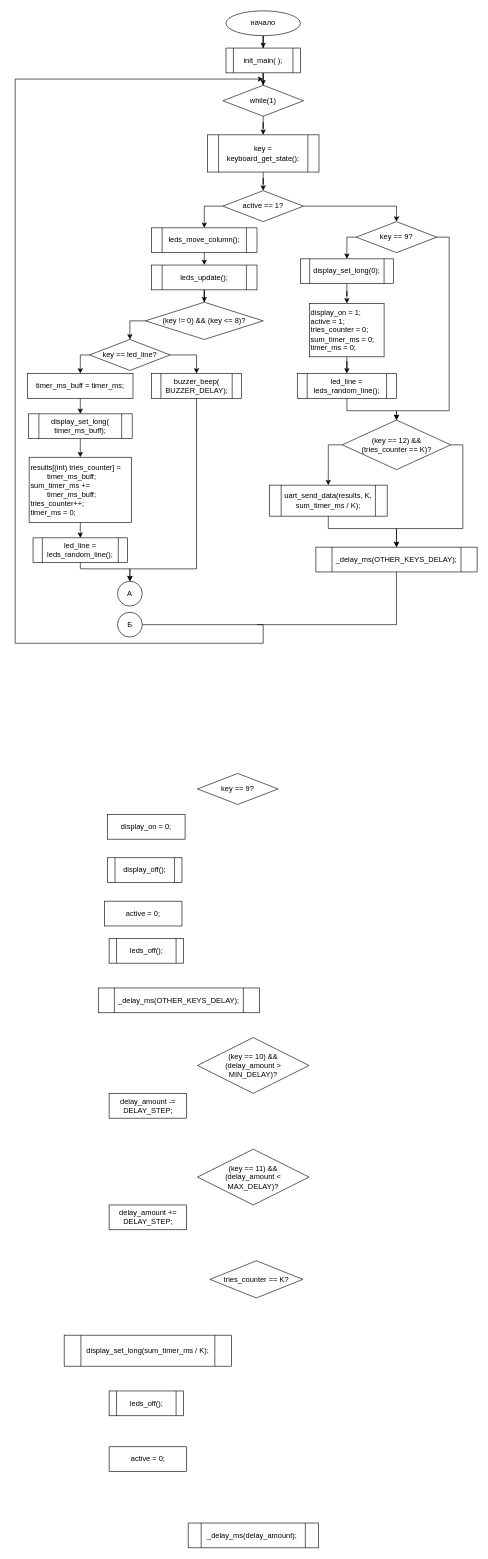
Before: page "Страница 3" (3 of 3) of mk_course_work/RPZ/additional_diagrams.drawio in Trickster2038/BmstuDocs7, a draw.io diagram. Source tidied: cells renumbered, new cells numbered last; positions are measured from the earlier drawing's top-left corner, leaving out a move shared by most shapes. Both pictures are drawn from the tidied source at 62%, with x=0, y=0 at pixel (15, 11).
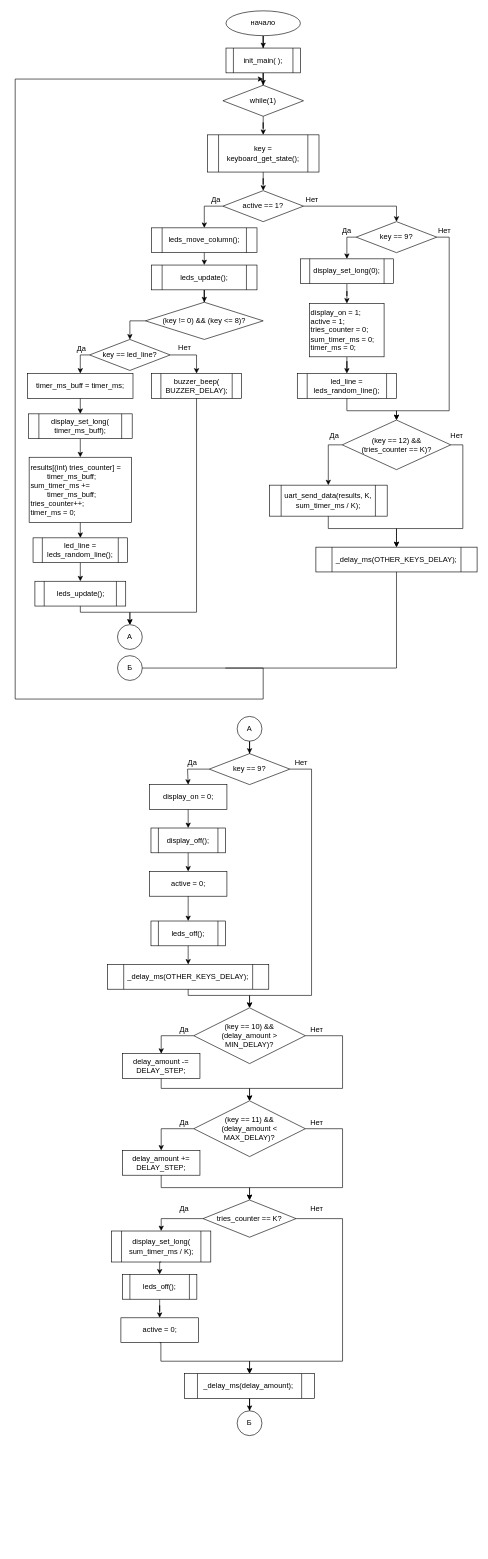
The same diagram, later.

The change refers to these unchanged cells:
```xml
<mxCell id="22" value="led_line = &lt;br&gt;&lt;span class=&quot;pl-c1&quot;&gt;leds_random_line&lt;/span&gt;();" style="shape=process;whiteSpace=wrap;html=1;backgroundOutline=1;" parent="1" vertex="1">
  <mxGeometry x="28.8" y="850" width="152.5" height="40" as="geometry" />
</mxCell>
<mxCell id="23" value="&lt;span class=&quot;pl-c1&quot;&gt;buzzer_beep&lt;/span&gt;(&lt;br&gt;BUZZER_DELAY);" style="shape=process;whiteSpace=wrap;html=1;backgroundOutline=1;" parent="1" vertex="1">
  <mxGeometry x="220" y="585" width="145" height="40" as="geometry" />
</mxCell>
<mxCell id="47" value="&lt;span class=&quot;pl-c1&quot;&gt;_delay_ms&lt;/span&gt;(OTHER_KEYS_DELAY);" style="shape=process;whiteSpace=wrap;html=1;backgroundOutline=1;" parent="1" vertex="1">
  <mxGeometry x="485" y="865" width="260" height="40" as="geometry" />
</mxCell>
```

Change to the diagram source:
```diff
@@
     <mxCell id="24" value="key == &lt;span class=&quot;pl-c1&quot;&gt;9?&lt;/span&gt;" style="rhombus;whiteSpace=wrap;html=1;" parent="1" vertex="1">
-      <mxGeometry x="294" y="1230" width="130" height="50" as="geometry" />
+      <mxGeometry x="313" y="1198" width="130" height="50" as="geometry" />
     </mxCell>
     <mxCell id="25" value="display_on = &lt;span class=&quot;pl-c1&quot;&gt;0&lt;/span&gt;;" style="rounded=0;whiteSpace=wrap;html=1;" parent="1" vertex="1">
-      <mxGeometry x="149" y="1296" width="125" height="40" as="geometry" />
+      <mxGeometry x="216.5" y="1248" width="125" height="40" as="geometry" />
     </mxCell>
     <mxCell id="26" value="&lt;span class=&quot;pl-c1&quot;&gt;display_off&lt;/span&gt;();" style="shape=process;whiteSpace=wrap;html=1;backgroundOutline=1;" parent="1" vertex="1">
-      <mxGeometry x="149" y="1366" width="120" height="40" as="geometry" />
+      <mxGeometry x="219" y="1318" width="120" height="40" as="geometry" />
     </mxCell>
     <mxCell id="27" value="active = &lt;span class=&quot;pl-c1&quot;&gt;0&lt;/span&gt;;" style="rounded=0;whiteSpace=wrap;html=1;" parent="1" vertex="1">
-      <mxGeometry x="144" y="1436" width="125" height="40" as="geometry" />
+      <mxGeometry x="216.5" y="1388" width="125" height="40" as="geometry" />
     </mxCell>
     <mxCell id="28" value="&lt;span class=&quot;pl-c1&quot;&gt;leds_off&lt;/span&gt;();" style="shape=process;whiteSpace=wrap;html=1;backgroundOutline=1;" parent="1" vertex="1">
-      <mxGeometry x="151.5" y="1496" width="120" height="40" as="geometry" />
+      <mxGeometry x="219" y="1468" width="120" height="40" as="geometry" />
     </mxCell>
     <mxCell id="29" value="&lt;span class=&quot;pl-c1&quot;&gt;_delay_ms&lt;/span&gt;(OTHER_KEYS_DELAY);" style="shape=process;whiteSpace=wrap;html=1;backgroundOutline=1;" parent="1" vertex="1">
-      <mxGeometry x="134" y="1576" width="260" height="40" as="geometry" />
+      <mxGeometry x="149" y="1538" width="260" height="40" as="geometry" />
     </mxCell>
     <mxCell id="30" value="(key == &lt;span class=&quot;pl-c1&quot;&gt;10&lt;/span&gt;) &amp;amp;&amp;amp; &lt;br&gt;(delay_amount &amp;gt; &lt;br&gt;MIN_DELAY)?" style="rhombus;whiteSpace=wrap;html=1;" parent="1" vertex="1">
-      <mxGeometry x="294" y="1656" width="180" height="90" as="geometry" />
+      <mxGeometry x="288" y="1608" width="180" height="90" as="geometry" />
     </mxCell>
     <mxCell id="31" value="delay_amount -= DELAY_STEP;" style="rounded=0;whiteSpace=wrap;html=1;" parent="1" vertex="1">
-      <mxGeometry x="151.5" y="1746" width="125" height="40" as="geometry" />
+      <mxGeometry x="173" y="1682" width="125" height="40" as="geometry" />
     </mxCell>
     <mxCell id="32" value="(key == &lt;span class=&quot;pl-c1&quot;&gt;11&lt;/span&gt;) &amp;amp;&amp;amp; &lt;br&gt;(delay_amount &amp;lt;&lt;br&gt;MAX_DELAY)?" style="rhombus;whiteSpace=wrap;html=1;" parent="1" vertex="1">
-      <mxGeometry x="294" y="1836" width="180" height="90" as="geometry" />
+      <mxGeometry x="288" y="1758" width="180" height="90" as="geometry" />
     </mxCell>
     <mxCell id="33" value="delay_amount += DELAY_STEP;" style="rounded=0;whiteSpace=wrap;html=1;" parent="1" vertex="1">
-      <mxGeometry x="151.5" y="1926" width="125" height="40" as="geometry" />
+      <mxGeometry x="173" y="1838" width="125" height="40" as="geometry" />
     </mxCell>
     <mxCell id="34" value="tries_counter == K?" style="rhombus;whiteSpace=wrap;html=1;" parent="1" vertex="1">
-      <mxGeometry x="314" y="2016" width="150" height="60" as="geometry" />
+      <mxGeometry x="303" y="1918" width="150" height="60" as="geometry" />
     </mxCell>
-    <mxCell id="35" value="&lt;span class=&quot;pl-c1&quot;&gt;display_set_long&lt;/span&gt;(sum_timer_ms / K);" style="shape=process;whiteSpace=wrap;html=1;backgroundOutline=1;" parent="1" vertex="1">
-      <mxGeometry x="79" y="2136" width="270" height="50" as="geometry" />
+    <mxCell id="35" value="&lt;span class=&quot;pl-c1&quot;&gt;display_set_long&lt;/span&gt;(&lt;br&gt;sum_timer_ms / K);" style="shape=process;whiteSpace=wrap;html=1;backgroundOutline=1;" parent="1" vertex="1">
+      <mxGeometry x="155.5" y="1968" width="160" height="50" as="geometry" />
     </mxCell>
+    <mxCell id="66" style="edgeStyle=orthogonalEdgeStyle;rounded=0;jettySize=auto;html=1;" parent="1" edge="1" source="36" target="37">
+      <mxGeometry relative="1" as="geometry" />
+    </mxCell>
     <mxCell id="36" value="&lt;span class=&quot;pl-c1&quot;&gt;leds_off&lt;/span&gt;();" style="shape=process;whiteSpace=wrap;html=1;backgroundOutline=1;" parent="1" vertex="1">
-      <mxGeometry x="151.5" y="2226" width="120" height="40" as="geometry" />
+      <mxGeometry x="173" y="2038" width="120" height="40" as="geometry" />
     </mxCell>
     <mxCell id="37" value="active = &lt;span class=&quot;pl-c1&quot;&gt;0&lt;/span&gt;;" style="rounded=0;whiteSpace=wrap;html=1;" parent="1" vertex="1">
-      <mxGeometry x="151.5" y="2316" width="125" height="40" as="geometry" />
+      <mxGeometry x="170.5" y="2108" width="125" height="40" as="geometry" />
     </mxCell>
+    <mxCell id="67" style="edgeStyle=orthogonalEdgeStyle;rounded=0;jettySize=auto;html=1;" parent="1" edge="1" source="38" target="83">
+      <mxGeometry relative="1" as="geometry" />
+    </mxCell>
     <mxCell id="38" value="&lt;span class=&quot;pl-c1&quot;&gt;_delay_ms&lt;/span&gt;(delay_amount);&amp;nbsp;" style="shape=process;whiteSpace=wrap;html=1;backgroundOutline=1;" parent="1" vertex="1">
-      <mxGeometry x="279" y="2439" width="210" height="40" as="geometry" />
+      <mxGeometry x="273" y="2198" width="210" height="40" as="geometry" />
     </mxCell>
@@
     <mxCell id="53" value="А" style="ellipse;whiteSpace=wrap;html=1;" parent="1" vertex="1">
-      <mxGeometry x="165" y="920" width="40" height="40" as="geometry" />
+      <mxGeometry x="165" y="990" width="40" height="40" as="geometry" />
     </mxCell>
     <mxCell id="54" value="Б" style="ellipse;whiteSpace=wrap;html=1;" parent="1" vertex="1">
-      <mxGeometry x="165" y="970" width="40" height="40" as="geometry" />
+      <mxGeometry x="165" y="1040" width="40" height="40" as="geometry" />
     </mxCell>
     <mxCell id="55" style="endArrow=classic;html=1;rounded=0;entryX=0.5;entryY=0;entryDx=0;entryDy=0;exitX=0.5;exitY=1;exitDx=0;exitDy=0;edgeStyle=orthogonalEdgeStyle;" parent="1" edge="1" source="23" target="53">
       <mxGeometry relative="1" as="geometry">
         <Array as="points">
-          <mxPoint x="293" y="900" />
-          <mxPoint x="185" y="900" />
+          <mxPoint x="293" y="970" />
+          <mxPoint x="185" y="970" />
         </Array>
       </mxGeometry>
     </mxCell>
-    <mxCell id="56" style="endArrow=classic;html=1;rounded=0;entryX=0.5;entryY=0;entryDx=0;entryDy=0;exitX=0.5;exitY=1;exitDx=0;exitDy=0;edgeStyle=orthogonalEdgeStyle;" parent="1" edge="1" source="22" target="53">
+    <mxCell id="56" style="endArrow=classic;html=1;rounded=0;entryX=0.5;entryY=0;entryDx=0;entryDy=0;exitX=0.5;exitY=1;exitDx=0;exitDy=0;edgeStyle=orthogonalEdgeStyle;" parent="1" edge="1" source="104" target="53">
       <mxGeometry relative="1" as="geometry">
         <Array as="points">
-          <mxPoint x="105" y="900" />
-          <mxPoint x="185" y="900" />
+          <mxPoint x="105" y="970" />
+          <mxPoint x="185" y="970" />
         </Array>
       </mxGeometry>
     </mxCell>
     <mxCell id="57" style="edgeStyle=orthogonalEdgeStyle;rounded=0;jettySize=auto;html=1;exitX=1;exitY=0.5;exitDx=0;exitDy=0;" parent="1" edge="1" source="54">
       <mxGeometry relative="1" as="geometry">
         <mxPoint x="400" y="110" as="targetPoint" />
         <Array as="points">
-          <mxPoint x="400" y="990" />
-          <mxPoint x="400" y="1020" />
-          <mxPoint y="1020" />
+          <mxPoint x="400" y="1060" />
+          <mxPoint x="400" y="1110" />
+          <mxPoint y="1110" />
           <mxPoint y="110" />
         </Array>
       </mxGeometry>
     </mxCell>
@@
     <mxCell id="65" style="endArrow=none;html=1;rounded=0;edgeStyle=orthogonalEdgeStyle;entryX=0.5;entryY=1;entryDx=0;entryDy=0;" parent="1" edge="1" target="47">
       <mxGeometry relative="1" as="geometry">
-        <mxPoint x="390" y="990" as="sourcePoint" />
+        <mxPoint x="339" y="1060" as="sourcePoint" />
         <Array as="points">
-          <mxPoint x="400" y="990" />
-          <mxPoint x="615" y="990" />
+          <mxPoint x="359" y="1060" />
+          <mxPoint x="615" y="1060" />
         </Array>
       </mxGeometry>
     </mxCell>
+    <mxCell id="68" style="edgeStyle=orthogonalEdgeStyle;rounded=0;jettySize=auto;html=1;entryX=0.5;entryY=0;entryDx=0;entryDy=0;exitX=0;exitY=0.5;exitDx=0;exitDy=0;" parent="1" edge="1" source="24" target="25">
+      <mxGeometry relative="1" as="geometry">
+        <Array as="points">
+          <mxPoint x="278" y="1223" />
+          <mxPoint x="278" y="1248" />
+        </Array>
+      </mxGeometry>
+    </mxCell>
+    <mxCell id="69" style="edgeStyle=orthogonalEdgeStyle;rounded=0;jettySize=auto;html=1;entryX=0.5;entryY=0;entryDx=0;entryDy=0;exitX=0.5;exitY=1;exitDx=0;exitDy=0;" parent="1" edge="1" source="25" target="26">
+      <mxGeometry relative="1" as="geometry">
+        <Array as="points">
+          <mxPoint x="279.5" y="1292" />
+          <mxPoint x="279.5" y="1292" />
+          <mxPoint x="279.5" y="1318" />
+        </Array>
+      </mxGeometry>
+    </mxCell>
+    <mxCell id="70" style="edgeStyle=orthogonalEdgeStyle;rounded=0;jettySize=auto;html=1;entryX=0.5;entryY=0;entryDx=0;entryDy=0;exitX=0.5;exitY=1;exitDx=0;exitDy=0;" parent="1" edge="1" source="26" target="27">
+      <mxGeometry relative="1" as="geometry">
+        <Array as="points">
+          <mxPoint x="279.5" y="1362" />
+          <mxPoint x="279.5" y="1362" />
+          <mxPoint x="279.5" y="1388" />
+        </Array>
+      </mxGeometry>
+    </mxCell>
+    <mxCell id="71" style="edgeStyle=orthogonalEdgeStyle;rounded=0;jettySize=auto;html=1;entryX=0.5;entryY=0;entryDx=0;entryDy=0;exitX=0.5;exitY=1;exitDx=0;exitDy=0;" parent="1" edge="1" source="27" target="28">
+      <mxGeometry relative="1" as="geometry">
+        <Array as="points">
+          <mxPoint x="279.5" y="1432" />
+          <mxPoint x="279.5" y="1432" />
+        </Array>
+      </mxGeometry>
+    </mxCell>
+    <mxCell id="72" style="edgeStyle=orthogonalEdgeStyle;rounded=0;jettySize=auto;html=1;entryX=0.5;entryY=0;entryDx=0;entryDy=0;exitX=0.5;exitY=1;exitDx=0;exitDy=0;" parent="1" edge="1" source="28" target="29">
+      <mxGeometry relative="1" as="geometry">
+        <Array as="points">
+          <mxPoint x="279.5" y="1512" />
+          <mxPoint x="279.5" y="1512" />
+        </Array>
+      </mxGeometry>
+    </mxCell>
+    <mxCell id="73" style="edgeStyle=orthogonalEdgeStyle;rounded=0;jettySize=auto;html=1;entryX=0.5;entryY=0;entryDx=0;entryDy=0;exitX=0.5;exitY=1;exitDx=0;exitDy=0;" parent="1" edge="1" source="29" target="30">
+      <mxGeometry relative="1" as="geometry">
+        <Array as="points">
+          <mxPoint x="279" y="1588" />
+          <mxPoint x="378" y="1588" />
+        </Array>
+      </mxGeometry>
+    </mxCell>
+    <mxCell id="74" style="edgeStyle=orthogonalEdgeStyle;rounded=0;jettySize=auto;html=1;entryX=0.5;entryY=0;entryDx=0;entryDy=0;exitX=0;exitY=0.5;exitDx=0;exitDy=0;" parent="1" edge="1" source="30" target="31">
+      <mxGeometry relative="1" as="geometry">
+        <Array as="points">
+          <mxPoint x="235" y="1653" />
+        </Array>
+      </mxGeometry>
+    </mxCell>
+    <mxCell id="75" style="edgeStyle=orthogonalEdgeStyle;rounded=0;jettySize=auto;html=1;entryX=0.5;entryY=0;entryDx=0;entryDy=0;exitX=0.5;exitY=1;exitDx=0;exitDy=0;" parent="1" edge="1" source="31" target="32">
+      <mxGeometry relative="1" as="geometry">
+        <Array as="points">
+          <mxPoint x="235" y="1738" />
+          <mxPoint x="378" y="1738" />
+        </Array>
+      </mxGeometry>
+    </mxCell>
+    <mxCell id="76" style="edgeStyle=orthogonalEdgeStyle;rounded=0;jettySize=auto;html=1;entryX=0.5;entryY=0;entryDx=0;entryDy=0;exitX=0;exitY=0.5;exitDx=0;exitDy=0;" parent="1" edge="1" source="32" target="33">
+      <mxGeometry relative="1" as="geometry">
+        <Array as="points">
+          <mxPoint x="235" y="1803" />
+        </Array>
+      </mxGeometry>
+    </mxCell>
+    <mxCell id="77" style="edgeStyle=orthogonalEdgeStyle;rounded=0;jettySize=auto;html=1;entryX=0.5;entryY=0;entryDx=0;entryDy=0;exitX=0;exitY=0.5;exitDx=0;exitDy=0;" parent="1" edge="1" source="34" target="35">
+      <mxGeometry relative="1" as="geometry">
+        <Array as="points">
+          <mxPoint x="236" y="1948" />
+        </Array>
+      </mxGeometry>
+    </mxCell>
+    <mxCell id="78" style="edgeStyle=orthogonalEdgeStyle;rounded=0;jettySize=auto;html=1;entryX=0.5;entryY=0;entryDx=0;entryDy=0;exitX=0.5;exitY=1;exitDx=0;exitDy=0;" parent="1" edge="1" source="33" target="34">
+      <mxGeometry relative="1" as="geometry">
+        <Array as="points">
+          <mxPoint x="235" y="1898" />
+          <mxPoint x="378" y="1898" />
+        </Array>
+      </mxGeometry>
+    </mxCell>
+    <mxCell id="79" style="edgeStyle=orthogonalEdgeStyle;rounded=0;jettySize=auto;html=1;entryX=0.5;entryY=0;entryDx=0;entryDy=0;exitX=0.5;exitY=1;exitDx=0;exitDy=0;" parent="1" edge="1" source="35" target="36">
+      <mxGeometry relative="1" as="geometry">
+        <Array as="points">
+          <mxPoint x="233" y="2018" />
+        </Array>
+      </mxGeometry>
+    </mxCell>
+    <mxCell id="80" style="edgeStyle=orthogonalEdgeStyle;rounded=0;jettySize=auto;html=1;entryX=0.5;entryY=0;entryDx=0;entryDy=0;exitX=0.5;exitY=1;exitDx=0;exitDy=0;" parent="1" edge="1" source="37" target="38">
+      <mxGeometry relative="1" as="geometry">
+        <Array as="points">
+          <mxPoint x="235" y="2148" />
+          <mxPoint x="235" y="2178" />
+          <mxPoint x="378" y="2178" />
+        </Array>
+      </mxGeometry>
+    </mxCell>
+    <mxCell id="81" style="edgeStyle=orthogonalEdgeStyle;rounded=0;jettySize=auto;html=1;entryX=0.5;entryY=0;entryDx=0;entryDy=0;" parent="1" edge="1" source="82" target="24">
+      <mxGeometry relative="1" as="geometry" />
+    </mxCell>
+    <mxCell id="82" value="А" style="ellipse;whiteSpace=wrap;html=1;" parent="1" vertex="1">
+      <mxGeometry x="358" y="1138" width="40" height="40" as="geometry" />
+    </mxCell>
+    <mxCell id="83" value="Б" style="ellipse;whiteSpace=wrap;html=1;" parent="1" vertex="1">
+      <mxGeometry x="358" y="2258" width="40" height="40" as="geometry" />
+    </mxCell>
+    <mxCell id="84" style="edgeStyle=orthogonalEdgeStyle;rounded=0;jettySize=auto;html=1;entryX=0.5;entryY=0;entryDx=0;entryDy=0;exitX=1;exitY=0.5;exitDx=0;exitDy=0;" parent="1" edge="1" source="24" target="30">
+      <mxGeometry relative="1" as="geometry">
+        <Array as="points">
+          <mxPoint x="478" y="1223" />
+          <mxPoint x="478" y="1588" />
+          <mxPoint x="378" y="1588" />
+        </Array>
+      </mxGeometry>
+    </mxCell>
+    <mxCell id="85" style="edgeStyle=orthogonalEdgeStyle;rounded=0;jettySize=auto;html=1;entryX=0.5;entryY=0;entryDx=0;entryDy=0;exitX=1;exitY=0.5;exitDx=0;exitDy=0;" parent="1" edge="1" source="30" target="32">
+      <mxGeometry relative="1" as="geometry">
+        <Array as="points">
+          <mxPoint x="528" y="1653" />
+          <mxPoint x="528" y="1738" />
+          <mxPoint x="378" y="1738" />
+        </Array>
+      </mxGeometry>
+    </mxCell>
+    <mxCell id="86" style="edgeStyle=orthogonalEdgeStyle;rounded=0;jettySize=auto;html=1;entryX=0.5;entryY=0;entryDx=0;entryDy=0;exitX=1;exitY=0.5;exitDx=0;exitDy=0;" parent="1" edge="1" source="32" target="34">
+      <mxGeometry relative="1" as="geometry">
+        <Array as="points">
+          <mxPoint x="528" y="1803" />
+          <mxPoint x="528" y="1898" />
+          <mxPoint x="378" y="1898" />
+        </Array>
+      </mxGeometry>
+    </mxCell>
+    <mxCell id="87" style="edgeStyle=orthogonalEdgeStyle;rounded=0;jettySize=auto;html=1;entryX=0.5;entryY=0;entryDx=0;entryDy=0;exitX=1;exitY=0.5;exitDx=0;exitDy=0;" parent="1" edge="1" source="34" target="38">
+      <mxGeometry relative="1" as="geometry">
+        <Array as="points">
+          <mxPoint x="528" y="1948" />
+          <mxPoint x="528" y="2178" />
+          <mxPoint x="378" y="2178" />
+        </Array>
+      </mxGeometry>
+    </mxCell>
+    <mxCell id="88" value="Да" style="text;html=1;strokeColor=none;fillColor=none;align=center;verticalAlign=middle;whiteSpace=wrap;rounded=0;" parent="1" vertex="1">
+      <mxGeometry x="294" y="290" width="60" height="30" as="geometry" />
+    </mxCell>
+    <mxCell id="89" value="Да" style="text;html=1;strokeColor=none;fillColor=none;align=center;verticalAlign=middle;whiteSpace=wrap;rounded=0;" parent="1" vertex="1">
+      <mxGeometry x="76.5" y="530" width="60" height="30" as="geometry" />
+    </mxCell>
+    <mxCell id="90" value="Да" style="text;html=1;strokeColor=none;fillColor=none;align=center;verticalAlign=middle;whiteSpace=wrap;rounded=0;" parent="1" vertex="1">
+      <mxGeometry x="505" y="340" width="60" height="30" as="geometry" />
+    </mxCell>
+    <mxCell id="91" value="Да" style="text;html=1;strokeColor=none;fillColor=none;align=center;verticalAlign=middle;whiteSpace=wrap;rounded=0;" parent="1" vertex="1">
+      <mxGeometry x="485" y="670" width="60" height="30" as="geometry" />
+    </mxCell>
+    <mxCell id="92" value="Да" style="text;html=1;strokeColor=none;fillColor=none;align=center;verticalAlign=middle;whiteSpace=wrap;rounded=0;" parent="1" vertex="1">
+      <mxGeometry x="255.5" y="1198" width="60" height="30" as="geometry" />
+    </mxCell>
+    <mxCell id="93" value="Да" style="text;html=1;strokeColor=none;fillColor=none;align=center;verticalAlign=middle;whiteSpace=wrap;rounded=0;" parent="1" vertex="1">
+      <mxGeometry x="243" y="1628" width="60" height="30" as="geometry" />
+    </mxCell>
+    <mxCell id="94" value="Да" style="text;html=1;strokeColor=none;fillColor=none;align=center;verticalAlign=middle;whiteSpace=wrap;rounded=0;" parent="1" vertex="1">
+      <mxGeometry x="243" y="1778" width="60" height="30" as="geometry" />
+    </mxCell>
+    <mxCell id="95" value="Да" style="text;html=1;strokeColor=none;fillColor=none;align=center;verticalAlign=middle;whiteSpace=wrap;rounded=0;" parent="1" vertex="1">
+      <mxGeometry x="243" y="1918" width="60" height="30" as="geometry" />
+    </mxCell>
+    <mxCell id="96" value="Нет" style="text;html=1;strokeColor=none;fillColor=none;align=center;verticalAlign=middle;whiteSpace=wrap;rounded=0;" parent="1" vertex="1">
+      <mxGeometry x="449" y="290" width="60" height="30" as="geometry" />
+    </mxCell>
+    <mxCell id="97" value="Нет" style="text;html=1;strokeColor=none;fillColor=none;align=center;verticalAlign=middle;whiteSpace=wrap;rounded=0;" parent="1" vertex="1">
+      <mxGeometry x="250" y="530" width="46.5" height="25" as="geometry" />
+    </mxCell>
+    <mxCell id="98" value="Нет" style="text;html=1;strokeColor=none;fillColor=none;align=center;verticalAlign=middle;whiteSpace=wrap;rounded=0;" parent="1" vertex="1">
+      <mxGeometry x="669" y="342.5" width="46.5" height="25" as="geometry" />
+    </mxCell>
+    <mxCell id="99" value="Нет" style="text;html=1;strokeColor=none;fillColor=none;align=center;verticalAlign=middle;whiteSpace=wrap;rounded=0;" parent="1" vertex="1">
+      <mxGeometry x="689" y="672.5" width="46.5" height="25" as="geometry" />
+    </mxCell>
+    <mxCell id="100" value="Нет" style="text;html=1;strokeColor=none;fillColor=none;align=center;verticalAlign=middle;whiteSpace=wrap;rounded=0;" parent="1" vertex="1">
+      <mxGeometry x="437.5" y="1200.5" width="46.5" height="25" as="geometry" />
+    </mxCell>
+    <mxCell id="101" value="Нет" style="text;html=1;strokeColor=none;fillColor=none;align=center;verticalAlign=middle;whiteSpace=wrap;rounded=0;" parent="1" vertex="1">
+      <mxGeometry x="462.5" y="1630.5" width="46.5" height="25" as="geometry" />
+    </mxCell>
+    <mxCell id="102" value="Нет" style="text;html=1;strokeColor=none;fillColor=none;align=center;verticalAlign=middle;whiteSpace=wrap;rounded=0;" parent="1" vertex="1">
+      <mxGeometry x="462.5" y="1780.5" width="46.5" height="25" as="geometry" />
+    </mxCell>
+    <mxCell id="103" value="Нет" style="text;html=1;strokeColor=none;fillColor=none;align=center;verticalAlign=middle;whiteSpace=wrap;rounded=0;" parent="1" vertex="1">
+      <mxGeometry x="462.5" y="1920.5" width="46.5" height="25" as="geometry" />
+    </mxCell>
+    <mxCell id="104" value="&lt;span class=&quot;pl-c1&quot;&gt;leds_update&lt;/span&gt;();" style="shape=process;whiteSpace=wrap;html=1;backgroundOutline=1;" parent="1" vertex="1">
+      <mxGeometry x="31.8" y="920" width="146.5" height="40" as="geometry" />
+    </mxCell>
+    <mxCell id="105" style="edgeStyle=orthogonalEdgeStyle;rounded=0;jettySize=auto;html=1;entryX=0.5;entryY=0;entryDx=0;entryDy=0;exitX=0.5;exitY=1;exitDx=0;exitDy=0;" parent="1" edge="1" source="22" target="104">
+      <mxGeometry relative="1" as="geometry" />
+    </mxCell>
```
